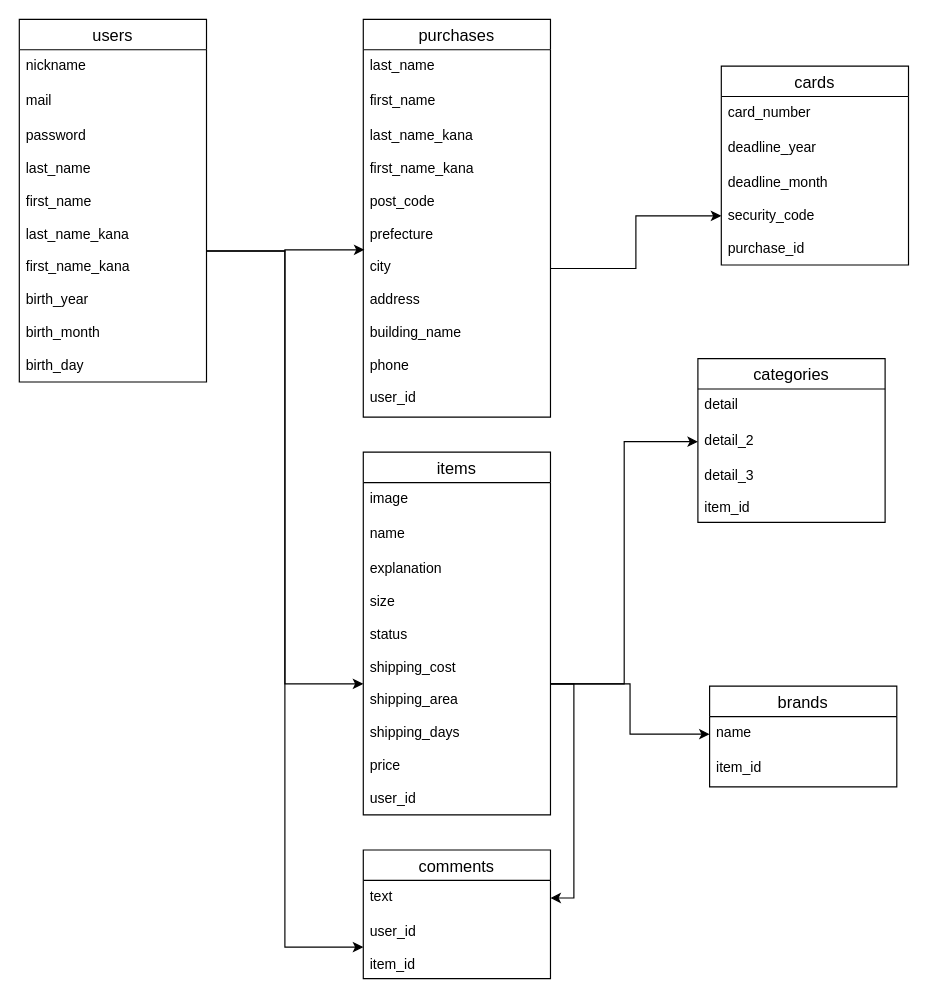
Before: ER.dio in takuyahori/furima-35655, a draw.io diagram. Source tidied: cells renumbered, new cells numbered last; positions are measured from the earlier drawing's top-left corner, leaving out a move shared by most shapes. Both pictures are drawn from the tidied source at 117%, with x=0, y=0 at pixel (19, 19).
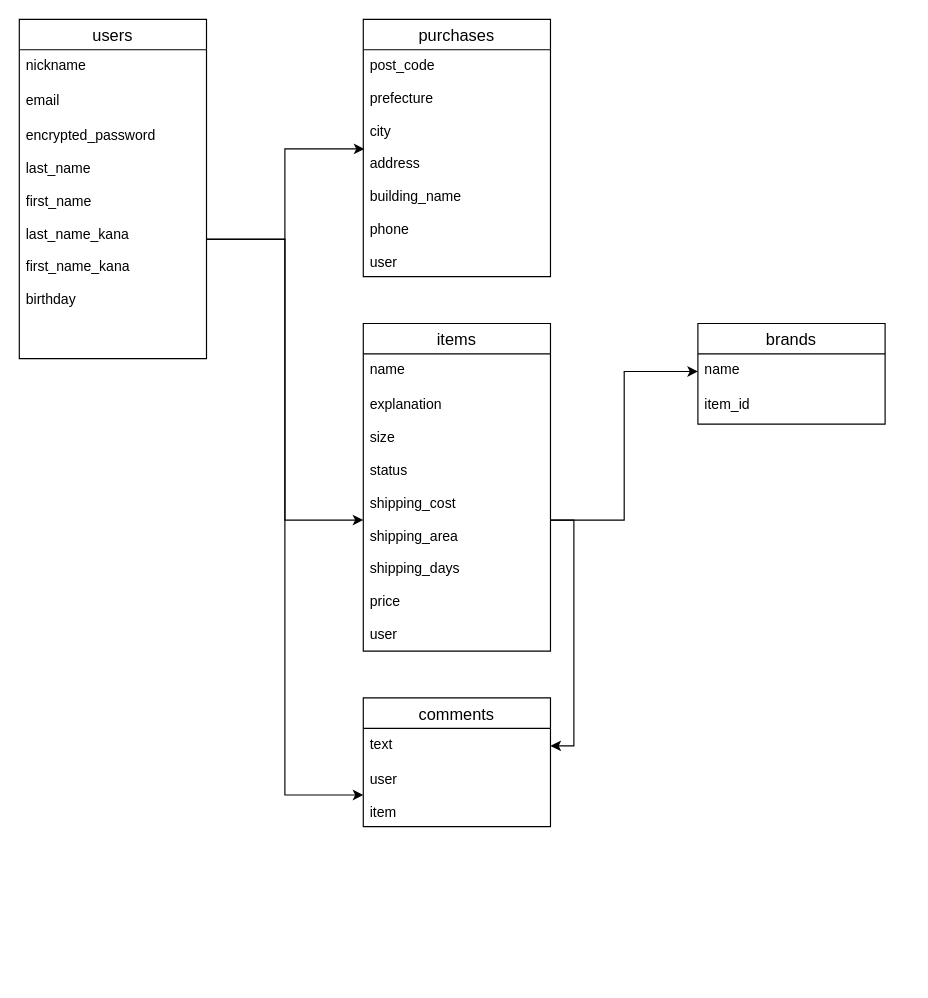
The same diagram, later.

Diff of the diagram source:
```diff
@@
     <mxCell id="2" value="users" style="swimlane;fontStyle=0;horizontal=1;startSize=26;align=center;fontSize=14;" parent="1" vertex="1">
-      <mxGeometry width="160" height="310" as="geometry" />
+      <mxGeometry width="160" height="290" as="geometry" />
     </mxCell>
@@
-    <mxCell id="4" value="mail" style="text;strokeColor=none;fillColor=none;spacingLeft=4;spacingRight=4;overflow=hidden;fontSize=12;" parent="2" vertex="1">
+    <mxCell id="4" value="email" style="text;strokeColor=none;fillColor=none;spacingLeft=4;spacingRight=4;overflow=hidden;fontSize=12;" parent="2" vertex="1">
       <mxGeometry y="56" width="160" height="30" as="geometry" />
     </mxCell>
-    <mxCell id="5" value="password&#10;&#10;last_name&#10;&#10;first_name&#10;&#10;last_name_kana&#10;&#10;first_name_kana&#10;&#10;birth_year&#10;&#10;birth_month&#10;&#10;birth_day" style="text;strokeColor=none;fillColor=none;spacingLeft=4;spacingRight=4;overflow=hidden;points=[[0,0.5],[1,0.5]];portConstraint=eastwest;fontSize=12;" parent="2" vertex="1">
-      <mxGeometry y="86" width="160" height="224" as="geometry" />
+    <mxCell id="5" value="encrypted_password&#10;&#10;last_name&#10;&#10;first_name&#10;&#10;last_name_kana&#10;&#10;first_name_kana&#10;&#10;birthday" style="text;strokeColor=none;fillColor=none;spacingLeft=4;spacingRight=4;overflow=hidden;points=[[0,0.5],[1,0.5]];portConstraint=eastwest;fontSize=12;" parent="2" vertex="1">
+      <mxGeometry y="86" width="160" height="204" as="geometry" />
     </mxCell>
     <mxCell id="6" value="items" style="swimlane;fontStyle=0;horizontal=1;startSize=26;align=center;fontSize=14;" parent="1" vertex="1">
-      <mxGeometry x="294" y="370" width="160" height="310" as="geometry" />
+      <mxGeometry x="294" y="260" width="160" height="280" as="geometry" />
     </mxCell>
-    <mxCell id="7" value="image" style="text;strokeColor=none;fillColor=none;spacingLeft=4;spacingRight=4;overflow=hidden;fontSize=12;" parent="6" vertex="1">
-      <mxGeometry y="26" width="160" height="30" as="geometry" />
-    </mxCell>
     <mxCell id="8" value="name" style="text;strokeColor=none;fillColor=none;spacingLeft=4;spacingRight=4;overflow=hidden;fontSize=12;" parent="6" vertex="1">
-      <mxGeometry y="56" width="160" height="30" as="geometry" />
+      <mxGeometry y="26" width="160" height="30" as="geometry" />
     </mxCell>
-    <mxCell id="9" value="explanation&#10;&#10;size&#10;&#10;status&#10;&#10;shipping_cost&#10;&#10;shipping_area&#10;&#10;shipping_days&#10;&#10;price&#10;&#10;user_id" style="text;strokeColor=none;fillColor=none;spacingLeft=4;spacingRight=4;overflow=hidden;points=[[0,0.5],[1,0.5]];portConstraint=eastwest;fontSize=12;" parent="6" vertex="1">
-      <mxGeometry y="86" width="160" height="224" as="geometry" />
+    <mxCell id="9" value="explanation&#10;&#10;size&#10;&#10;status&#10;&#10;shipping_cost&#10;&#10;shipping_area&#10;&#10;shipping_days&#10;&#10;price&#10;&#10;user" style="text;strokeColor=none;fillColor=none;spacingLeft=4;spacingRight=4;overflow=hidden;points=[[0,0.5],[1,0.5]];portConstraint=eastwest;fontSize=12;" parent="6" vertex="1">
+      <mxGeometry y="56" width="160" height="224" as="geometry" />
     </mxCell>
     <mxCell id="10" value="purchases" style="swimlane;fontStyle=0;horizontal=1;startSize=26;align=center;fontSize=14;" parent="1" vertex="1">
-      <mxGeometry x="294" width="160" height="340" as="geometry" />
+      <mxGeometry x="294" width="160" height="220" as="geometry" />
     </mxCell>
-    <mxCell id="11" value="last_name" style="text;strokeColor=none;fillColor=none;spacingLeft=4;spacingRight=4;overflow=hidden;fontSize=12;" parent="10" vertex="1">
-      <mxGeometry y="26" width="160" height="30" as="geometry" />
-    </mxCell>
-    <mxCell id="12" value="first_name" style="text;strokeColor=none;fillColor=none;spacingLeft=4;spacingRight=4;overflow=hidden;fontSize=12;" parent="10" vertex="1">
-      <mxGeometry y="56" width="160" height="30" as="geometry" />
-    </mxCell>
-    <mxCell id="13" value="last_name_kana&#10;&#10;first_name_kana&#10;&#10;post_code&#10;&#10;prefecture&#10;&#10;city&#10;&#10;address&#10;&#10;building_name&#10;&#10;phone&#10;&#10;user_id" style="text;strokeColor=none;fillColor=none;spacingLeft=4;spacingRight=4;overflow=hidden;points=[[0,0.5],[1,0.5]];portConstraint=eastwest;fontSize=12;" parent="10" vertex="1">
-      <mxGeometry y="86" width="160" height="254" as="geometry" />
+    <mxCell id="13" value="post_code&#10;&#10;prefecture&#10;&#10;city&#10;&#10;address&#10;&#10;building_name&#10;&#10;phone&#10;&#10;user" style="text;strokeColor=none;fillColor=none;spacingLeft=4;spacingRight=4;overflow=hidden;points=[[0,0.5],[1,0.5]];portConstraint=eastwest;fontSize=12;" parent="10" vertex="1">
+      <mxGeometry y="26" width="160" height="194" as="geometry" />
     </mxCell>
     <mxCell id="14" value="comments" style="swimlane;fontStyle=0;horizontal=1;startSize=26;align=center;fontSize=14;" parent="1" vertex="1">
-      <mxGeometry x="294" y="710" width="160" height="110" as="geometry" />
+      <mxGeometry x="294" y="580" width="160" height="110" as="geometry" />
     </mxCell>
@@
-    <mxCell id="16" value="user_id&#10;&#10;item_id" style="text;strokeColor=none;fillColor=none;spacingLeft=4;spacingRight=4;overflow=hidden;points=[[0,0.5],[1,0.5]];portConstraint=eastwest;fontSize=12;" parent="14" vertex="1">
+    <mxCell id="16" value="user&#10;&#10;item" style="text;strokeColor=none;fillColor=none;spacingLeft=4;spacingRight=4;overflow=hidden;points=[[0,0.5],[1,0.5]];portConstraint=eastwest;fontSize=12;" parent="14" vertex="1">
       <mxGeometry y="56" width="160" height="54" as="geometry" />
     </mxCell>
-    <mxCell id="17" value="cards" style="swimlane;fontStyle=0;horizontal=1;startSize=26;align=center;fontSize=14;" parent="1" vertex="1">
-      <mxGeometry x="600" y="40" width="160" height="170" as="geometry" />
-    </mxCell>
-    <mxCell id="18" value="card_number" style="text;strokeColor=none;fillColor=none;spacingLeft=4;spacingRight=4;overflow=hidden;fontSize=12;" parent="17" vertex="1">
-      <mxGeometry y="26" width="160" height="30" as="geometry" />
-    </mxCell>
-    <mxCell id="19" value="deadline_year" style="text;strokeColor=none;fillColor=none;spacingLeft=4;spacingRight=4;overflow=hidden;fontSize=12;" parent="17" vertex="1">
-      <mxGeometry y="56" width="160" height="30" as="geometry" />
-    </mxCell>
-    <mxCell id="20" value="deadline_month&#10;&#10;security_code&#10;&#10;purchase_id" style="text;strokeColor=none;fillColor=none;spacingLeft=4;spacingRight=4;overflow=hidden;points=[[0,0.5],[1,0.5]];portConstraint=eastwest;fontSize=12;" parent="17" vertex="1">
-      <mxGeometry y="86" width="160" height="84" as="geometry" />
-    </mxCell>
-    <mxCell id="21" value="categories" style="swimlane;fontStyle=0;horizontal=1;startSize=26;align=center;fontSize=14;" parent="1" vertex="1">
-      <mxGeometry x="580" y="290" width="160" height="140" as="geometry" />
-    </mxCell>
-    <mxCell id="22" value="detail" style="text;strokeColor=none;fillColor=none;spacingLeft=4;spacingRight=4;overflow=hidden;fontSize=12;" parent="21" vertex="1">
-      <mxGeometry y="26" width="160" height="30" as="geometry" />
-    </mxCell>
-    <mxCell id="23" value="detail_2" style="text;strokeColor=none;fillColor=none;spacingLeft=4;spacingRight=4;overflow=hidden;points=[[0,0.5],[1,0.5]];portConstraint=eastwest;fontSize=12;" parent="21" vertex="1">
-      <mxGeometry y="56" width="160" height="30" as="geometry" />
-    </mxCell>
-    <mxCell id="24" value="detail_3&#10;&#10;item_id" style="text;strokeColor=none;fillColor=none;spacingLeft=4;spacingRight=4;overflow=hidden;fontSize=12;" parent="21" vertex="1">
-      <mxGeometry y="86" width="160" height="54" as="geometry" />
-    </mxCell>
     <mxCell id="25" value="brands" style="swimlane;fontStyle=0;horizontal=1;startSize=26;align=center;fontSize=14;" parent="1" vertex="1">
-      <mxGeometry x="590" y="570" width="160" height="86" as="geometry" />
+      <mxGeometry x="580" y="260" width="160" height="86" as="geometry" />
     </mxCell>
@@
-    <mxCell id="31" style="edgeStyle=orthogonalEdgeStyle;rounded=0;jettySize=auto;html=1;exitX=1;exitY=0.5;exitDx=0;exitDy=0;entryX=0;entryY=0.5;entryDx=0;entryDy=0;" parent="1" edge="1" source="13" target="20">
-      <mxGeometry relative="1" as="geometry" />
-    </mxCell>
-    <mxCell id="32" style="edgeStyle=orthogonalEdgeStyle;rounded=0;jettySize=auto;html=1;exitX=1;exitY=0.5;exitDx=0;exitDy=0;entryX=0;entryY=0.5;entryDx=0;entryDy=0;" parent="1" edge="1" source="9" target="23">
-      <mxGeometry relative="1" as="geometry" />
-    </mxCell>
```
